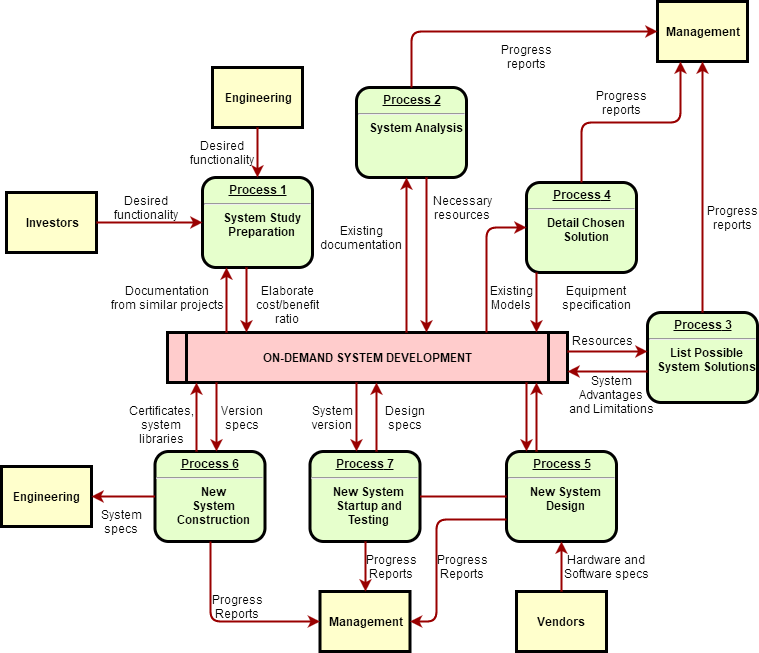
Earlier version of the draw.io export 图片下载.png (stephenlaw30/stephenlaw). Source tidied: cells renumbered, new cells last; positions are measured from the earlier drawing's top-left corner, leaving out a move shared by most shapes.
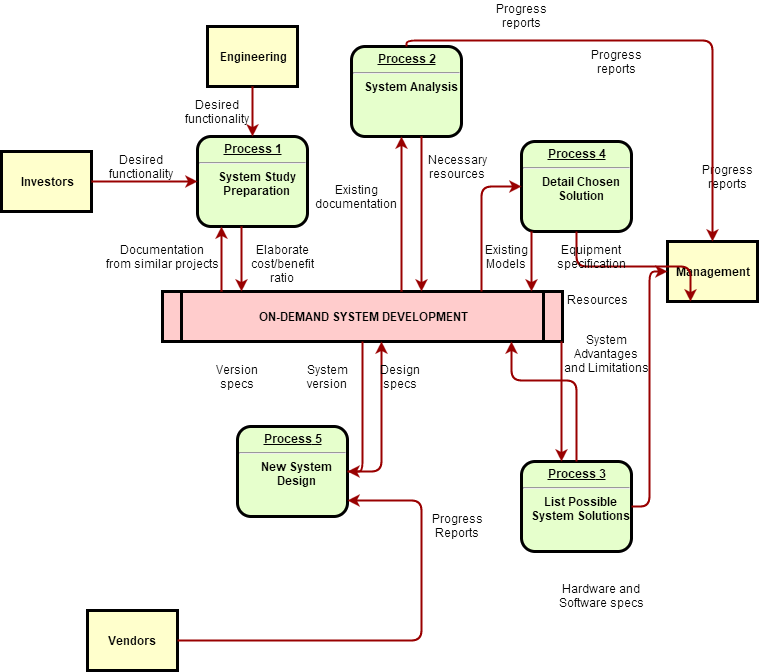
The same diagram one commit later.

What changed in the source:
```diff
@@ -18,28 +18,19 @@
       <mxGeometry x="355" y="86" width="110" height="90" as="geometry" />
     </mxCell>
     <mxCell id="7" value="&lt;p style=&quot;margin: 0px; margin-top: 4px; text-align: center; text-decoration: underline;&quot;&gt;&lt;strong&gt;&lt;strong&gt;Process&lt;/strong&gt; 3&lt;br /&gt;&lt;/strong&gt;&lt;/p&gt;&lt;hr /&gt;&lt;p style=&quot;margin: 0px; margin-left: 8px;&quot;&gt;List Possible&lt;/p&gt;&lt;p style=&quot;margin: 0px; margin-left: 8px;&quot;&gt;System Solutions&lt;/p&gt;" style="verticalAlign=middle;align=center;overflow=fill;fontSize=12;fontFamily=Helvetica;html=1;rounded=1;fontStyle=1;strokeWidth=3;fillColor=#E6FFCC;" parent="1" vertex="1">
-      <mxGeometry x="646" y="311" width="110" height="90" as="geometry" />
+      <mxGeometry x="525" y="501" width="110" height="90" as="geometry" />
     </mxCell>
     <mxCell id="8" value="&lt;p style=&quot;margin: 0px; margin-top: 4px; text-align: center; text-decoration: underline;&quot;&gt;&lt;strong&gt;&lt;strong&gt;Process&lt;/strong&gt; 4&lt;br /&gt;&lt;/strong&gt;&lt;/p&gt;&lt;hr /&gt;&lt;p style=&quot;margin: 0px; margin-left: 8px;&quot;&gt;Detail Chosen&lt;/p&gt;&lt;p style=&quot;margin: 0px; margin-left: 8px;&quot;&gt;Solution&lt;/p&gt;" style="verticalAlign=middle;align=center;overflow=fill;fontSize=12;fontFamily=Helvetica;html=1;rounded=1;fontStyle=1;strokeWidth=3;fillColor=#E6FFCC;" parent="1" vertex="1">
       <mxGeometry x="525" y="181" width="110" height="90" as="geometry" />
     </mxCell>
     <mxCell id="9" value="&lt;p style=&quot;margin: 0px; margin-top: 4px; text-align: center; text-decoration: underline;&quot;&gt;&lt;strong&gt;&lt;strong&gt;Process&lt;/strong&gt; 5&lt;br /&gt;&lt;/strong&gt;&lt;/p&gt;&lt;hr /&gt;&lt;p style=&quot;margin: 0px; margin-left: 8px;&quot;&gt;New System&lt;/p&gt;&lt;p style=&quot;margin: 0px; margin-left: 8px;&quot;&gt;Design&lt;/p&gt;" style="verticalAlign=middle;align=center;overflow=fill;fontSize=12;fontFamily=Helvetica;html=1;rounded=1;fontStyle=1;strokeWidth=3;fillColor=#E6FFCC;" parent="1" vertex="1">
-      <mxGeometry x="505" y="450" width="110" height="90" as="geometry" />
+      <mxGeometry x="241" y="466" width="110" height="90" as="geometry" />
     </mxCell>
-    <mxCell id="10" value="&lt;p style=&quot;margin: 0px; margin-top: 4px; text-align: center; text-decoration: underline;&quot;&gt;&lt;strong&gt;&lt;strong&gt;Process&lt;/strong&gt; 6&lt;br /&gt;&lt;/strong&gt;&lt;/p&gt;&lt;hr /&gt;&lt;p style=&quot;margin: 0px; margin-left: 8px;&quot;&gt;New&lt;/p&gt;&lt;p style=&quot;margin: 0px; margin-left: 8px;&quot;&gt;System&lt;/p&gt;&lt;p style=&quot;margin: 0px; margin-left: 8px;&quot;&gt;Construction&lt;/p&gt;" style="verticalAlign=middle;align=center;overflow=fill;fontSize=12;fontFamily=Helvetica;html=1;rounded=1;fontStyle=1;strokeWidth=3;fillColor=#E6FFCC;" parent="1" vertex="1">
-      <mxGeometry x="153.5" y="450" width="110" height="90" as="geometry" />
-    </mxCell>
     <mxCell id="11" value="Management" style="whiteSpace=wrap;align=center;verticalAlign=middle;fontStyle=1;strokeWidth=3;fillColor=#FFFFCC;" parent="1" vertex="1">
-      <mxGeometry x="656" width="90" height="60" as="geometry" />
+      <mxGeometry x="671" y="281" width="90" height="60" as="geometry" />
     </mxCell>
-    <mxCell id="12" value="Management" style="whiteSpace=wrap;align=center;verticalAlign=middle;fontStyle=1;strokeWidth=3;fillColor=#FFFFCC;" parent="1" vertex="1">
-      <mxGeometry x="318.5" y="590" width="90" height="60" as="geometry" />
-    </mxCell>
-    <mxCell id="13" value="Engineering" style="whiteSpace=wrap;align=center;verticalAlign=middle;fontStyle=1;strokeWidth=3;fillColor=#FFFFCC;" parent="1" vertex="1">
-      <mxGeometry y="465" width="90" height="60" as="geometry" />
-    </mxCell>
     <mxCell id="14" value="Vendors" style="whiteSpace=wrap;align=center;verticalAlign=middle;fontStyle=1;strokeWidth=3;fillColor=#FFFFCC;" parent="1" vertex="1">
-      <mxGeometry x="515" y="590" width="90" height="60" as="geometry" />
+      <mxGeometry x="91" y="650" width="90" height="60" as="geometry" />
     </mxCell>
     <mxCell id="15" style="edgeStyle=none;noEdgeStyle=1;strokeColor=#990000;strokeWidth=2;" parent="1" edge="1" source="3" target="2">
       <mxGeometry relative="1" as="geometry" />
@@ -47,12 +38,6 @@
     <mxCell id="16" style="edgeStyle=none;noEdgeStyle=1;strokeColor=#990000;strokeWidth=2;" parent="1" edge="1" source="4" target="2">
       <mxGeometry relative="1" as="geometry" />
     </mxCell>
-    <mxCell id="17" value="&lt;p style=&quot;margin: 0px; margin-top: 4px; text-align: center; text-decoration: underline;&quot;&gt;&lt;strong&gt;&lt;strong&gt;Process&lt;/strong&gt; 7&lt;br /&gt;&lt;/strong&gt;&lt;/p&gt;&lt;hr /&gt;&lt;p style=&quot;margin: 0px; margin-left: 8px;&quot;&gt;New System&lt;/p&gt;&lt;p style=&quot;margin: 0px; margin-left: 8px;&quot;&gt;Startup and&lt;/p&gt;&lt;p style=&quot;margin: 0px; margin-left: 8px;&quot;&gt;Testing&lt;/p&gt;" style="verticalAlign=middle;align=center;overflow=fill;fontSize=12;fontFamily=Helvetica;html=1;rounded=1;fontStyle=1;strokeWidth=3;fillColor=#E6FFCC;" parent="1" vertex="1">
-      <mxGeometry x="308.5" y="450" width="110" height="90" as="geometry" />
-    </mxCell>
-    <mxCell id="18" style="endArrow=none;noEdgeStyle=1;strokeColor=#990000;strokeWidth=2;" parent="1" edge="1" source="9" target="17">
-      <mxGeometry relative="1" as="geometry" />
-    </mxCell>
     <mxCell id="19" value="Desired &#10;functionality" style="text;spacingTop=-5;align=center;" parent="1" vertex="1">
       <mxGeometry x="130" y="191" width="30" height="20" as="geometry" />
     </mxCell>
@@ -144,6 +129,7 @@
     <mxCell id="39" style="edgeStyle=elbowEdgeStyle;elbow=vertical;strokeColor=#990000;strokeWidth=2;" parent="1" edge="1" source="5" target="7">
       <mxGeometry relative="1" as="geometry">
         <Array as="points">
+          <mxPoint x="565" y="390" />
           <mxPoint x="615" y="350" />
         </Array>
       </mxGeometry>
@@ -151,6 +137,7 @@
     <mxCell id="40" style="edgeStyle=elbowEdgeStyle;elbow=vertical;strokeColor=#990000;strokeWidth=2;" parent="1" edge="1" source="7" target="5">
       <mxGeometry relative="1" as="geometry">
         <Array as="points">
+          <mxPoint x="515" y="420" />
           <mxPoint x="615" y="370" />
         </Array>
       </mxGeometry>
@@ -164,6 +151,7 @@
     <mxCell id="43" style="edgeStyle=elbowEdgeStyle;elbow=horizontal;strokeColor=#990000;strokeWidth=2;" parent="1" edge="1" source="9" target="5">
       <mxGeometry relative="1" as="geometry">
         <Array as="points">
+          <mxPoint x="385" y="440" />
           <mxPoint x="535" y="410" />
         </Array>
       </mxGeometry>
@@ -171,82 +159,27 @@
     <mxCell id="44" style="edgeStyle=elbowEdgeStyle;elbow=horizontal;strokeColor=#990000;strokeWidth=2;" parent="1" edge="1" source="5" target="9">
       <mxGeometry relative="1" as="geometry">
         <Array as="points">
+          <mxPoint x="366" y="440" />
           <mxPoint x="525" y="420" />
         </Array>
       </mxGeometry>
     </mxCell>
     <mxCell id="45" style="edgeStyle=elbowEdgeStyle;elbow=horizontal;strokeColor=#990000;strokeWidth=2;" parent="1" edge="1" source="14" target="9">
-      <mxGeometry relative="1" as="geometry" />
+      <mxGeometry relative="1" as="geometry">
+        <Array as="points">
+          <mxPoint x="425" y="540" />
+        </Array>
+      </mxGeometry>
     </mxCell>
     <mxCell id="46" value="Hardware and&#10;Software specs" style="text;spacingTop=-5;align=center;" parent="1" vertex="1">
-      <mxGeometry x="590" y="550" width="30" height="20" as="geometry" />
+      <mxGeometry x="590" y="620" width="30" height="20" as="geometry" />
     </mxCell>
-    <mxCell id="47" style="edgeStyle=elbowEdgeStyle;elbow=horizontal;exitX=0;exitY=0.75;strokeColor=#990000;strokeWidth=2;" parent="1" edge="1" source="9" target="12">
-      <mxGeometry relative="1" as="geometry">
-        <Array as="points">
-          <mxPoint x="435" y="570" />
-        </Array>
-      </mxGeometry>
-    </mxCell>
     <mxCell id="48" value="Progress&#10;Reports" style="text;spacingTop=-5;align=center;" parent="1" vertex="1">
       <mxGeometry x="446" y="550" width="30" height="20" as="geometry" />
     </mxCell>
-    <mxCell id="49" style="edgeStyle=elbowEdgeStyle;elbow=horizontal;strokeColor=#990000;strokeWidth=2;" parent="1" edge="1" source="17" target="12">
-      <mxGeometry relative="1" as="geometry" />
-    </mxCell>
-    <mxCell id="50" value="Progress&#10;Reports" style="text;spacingTop=-5;align=center;" parent="1" vertex="1">
-      <mxGeometry x="375" y="550" width="30" height="20" as="geometry" />
-    </mxCell>
-    <mxCell id="51" style="edgeStyle=elbowEdgeStyle;elbow=horizontal;strokeColor=#990000;strokeWidth=2;" parent="1" edge="1" source="10" target="12">
-      <mxGeometry relative="1" as="geometry">
-        <Array as="points">
-          <mxPoint x="209" y="570" />
-        </Array>
-      </mxGeometry>
-    </mxCell>
-    <mxCell id="52" value="Progress&#10;Reports" style="text;spacingTop=-5;align=center;" parent="1" vertex="1">
-      <mxGeometry x="221" y="590" width="30" height="20" as="geometry" />
-    </mxCell>
-    <mxCell id="53" style="edgeStyle=elbowEdgeStyle;elbow=vertical;strokeColor=#990000;strokeWidth=2;" parent="1" edge="1" source="10" target="13">
-      <mxGeometry relative="1" as="geometry" />
-    </mxCell>
-    <mxCell id="54" style="edgeStyle=elbowEdgeStyle;elbow=horizontal;strokeColor=#990000;strokeWidth=2;" parent="1" edge="1" source="5" target="17">
-      <mxGeometry relative="1" as="geometry">
-        <Array as="points">
-          <mxPoint x="355" y="410" />
-        </Array>
-      </mxGeometry>
-    </mxCell>
-    <mxCell id="55" style="edgeStyle=elbowEdgeStyle;elbow=horizontal;strokeColor=#990000;strokeWidth=2;" parent="1" edge="1" source="17" target="5">
-      <mxGeometry relative="1" as="geometry">
-        <Array as="points">
-          <mxPoint x="375" y="410" />
-        </Array>
-      </mxGeometry>
-    </mxCell>
     <mxCell id="56" value="Version&#10;specs" style="text;spacingTop=-5;align=center;" parent="1" vertex="1">
       <mxGeometry x="226" y="401" width="30" height="20" as="geometry" />
     </mxCell>
-    <mxCell id="57" value="Certificates,&#10;system&#10;libraries" style="text;spacingTop=-5;align=center;" parent="1" vertex="1">
-      <mxGeometry x="145" y="401" width="30" height="20" as="geometry" />
-    </mxCell>
-    <mxCell id="58" style="edgeStyle=elbowEdgeStyle;elbow=horizontal;strokeColor=#990000;strokeWidth=2;" parent="1" edge="1" source="5" target="10">
-      <mxGeometry relative="1" as="geometry">
-        <Array as="points">
-          <mxPoint x="215" y="410" />
-        </Array>
-      </mxGeometry>
-    </mxCell>
-    <mxCell id="59" style="edgeStyle=elbowEdgeStyle;elbow=horizontal;strokeColor=#990000;strokeWidth=2;" parent="1" edge="1" source="10" target="5">
-      <mxGeometry relative="1" as="geometry">
-        <Array as="points">
-          <mxPoint x="195" y="410" />
-        </Array>
-      </mxGeometry>
-    </mxCell>
-    <mxCell id="60" value="System&#10;specs" style="text;spacingTop=-5;align=center;" parent="1" vertex="1">
-      <mxGeometry x="105" y="505" width="30" height="20" as="geometry" />
-    </mxCell>
     <mxCell id="61" value="Design&#10;specs" style="text;spacingTop=-5;align=center;" parent="1" vertex="1">
       <mxGeometry x="388.5" y="401" width="30" height="20" as="geometry" />
     </mxCell>
```
